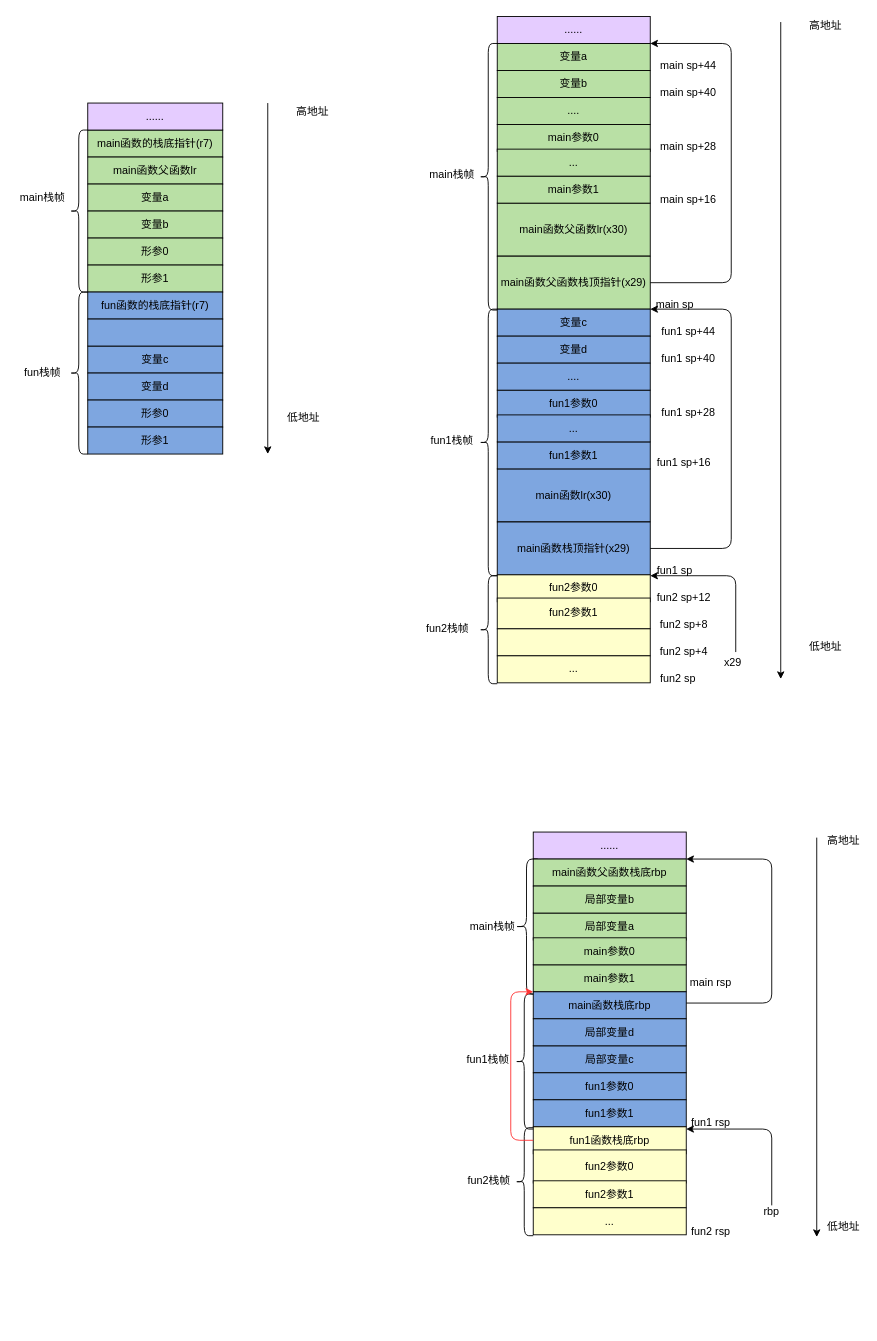
The draw.io diagram function frame.drawio in jasonactions/graph, before the edit. Source tidied: cells renumbered, new cells numbered last; positions are measured from the earlier drawing's top-left corner, leaving out a move shared by most shapes. Both pictures are drawn from the tidied source at 90%, with x=0, y=0 at pixel (15, 16).
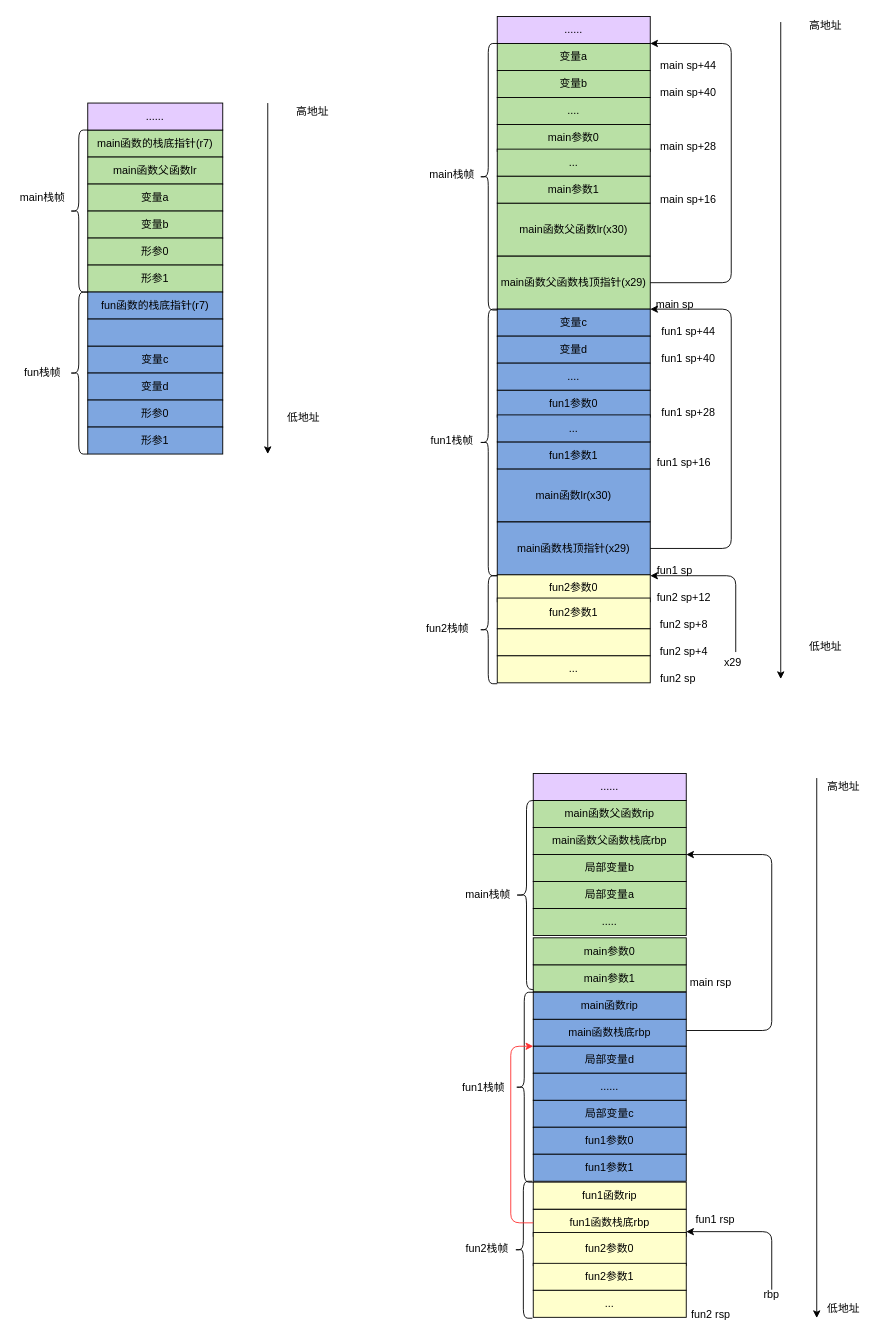
After the change.

Diff of the diagram source:
```diff
@@
     <mxCell id="70" value="......" style="rounded=0;whiteSpace=wrap;html=1;fillColor=#E5CCFF;" parent="1" vertex="1">
-      <mxGeometry x="575" y="906" width="170" height="30" as="geometry" />
+      <mxGeometry x="575" y="841" width="170" height="30" as="geometry" />
     </mxCell>
     <mxCell id="71" value="局部变量a" style="rounded=0;whiteSpace=wrap;html=1;fillColor=#B9E0A5;" parent="1" vertex="1">
-      <mxGeometry x="575" y="996" width="170" height="30" as="geometry" />
+      <mxGeometry x="575" y="961" width="170" height="30" as="geometry" />
     </mxCell>
     <mxCell id="72" style="endArrow=classic;html=1;" parent="1" edge="1">
       <mxGeometry relative="1" as="geometry">
-        <mxPoint x="890" y="912.2" as="sourcePoint" />
-        <mxPoint x="890" y="1356" as="targetPoint" />
+        <mxPoint x="890" y="846" as="sourcePoint" />
+        <mxPoint x="890" y="1446" as="targetPoint" />
       </mxGeometry>
     </mxCell>
     <mxCell id="73" value="高地址" style="text;html=1;strokeColor=none;fillColor=none;align=center;verticalAlign=middle;whiteSpace=wrap;rounded=0;" parent="1" vertex="1">
-      <mxGeometry x="900" y="906" width="40" height="20" as="geometry" />
+      <mxGeometry x="900" y="846" width="40" height="20" as="geometry" />
     </mxCell>
     <mxCell id="74" value="main栈帧" style="text;html=1;strokeColor=none;fillColor=none;align=center;verticalAlign=middle;whiteSpace=wrap;rounded=0;" parent="1" vertex="1">
-      <mxGeometry x="500" y="1001" width="60" height="20" as="geometry" />
+      <mxGeometry x="495" y="966" width="60" height="20" as="geometry" />
     </mxCell>
     <mxCell id="75" style="shape=curlyBracket;whiteSpace=wrap;html=1;rounded=1;fillColor=#7EA6E0;" parent="1" vertex="1">
-      <mxGeometry x="555" y="936" width="25" height="150" as="geometry" />
+      <mxGeometry x="555" y="871" width="25" height="210" as="geometry" />
     </mxCell>
@@
     <mxCell id="79" value="main函数父函数栈底rbp" style="rounded=0;whiteSpace=wrap;html=1;fillColor=#B9E0A5;" parent="1" vertex="1">
-      <mxGeometry x="575" y="936" width="170" height="30" as="geometry" />
+      <mxGeometry x="575" y="901" width="170" height="30" as="geometry" />
     </mxCell>
     <mxCell id="80" value="局部变量b" style="rounded=0;whiteSpace=wrap;html=1;fillColor=#B9E0A5;" parent="1" vertex="1">
-      <mxGeometry x="575" y="966" width="170" height="30" as="geometry" />
+      <mxGeometry x="575" y="931" width="170" height="30" as="geometry" />
     </mxCell>
     <mxCell id="81" value="局部变量c" style="rounded=0;whiteSpace=wrap;html=1;fillColor=#7EA6E0;" parent="1" vertex="1">
-      <mxGeometry x="575" y="1143.5" width="170" height="30" as="geometry" />
+      <mxGeometry x="575" y="1204" width="170" height="30" as="geometry" />
     </mxCell>
     <mxCell id="82" value="main函数栈底rbp" style="rounded=0;whiteSpace=wrap;html=1;fillColor=#7EA6E0;" parent="1" vertex="1">
-      <mxGeometry x="575" y="1083.5" width="170" height="30" as="geometry" />
+      <mxGeometry x="575" y="1114" width="170" height="30" as="geometry" />
     </mxCell>
     <mxCell id="83" value="局部变量d" style="rounded=0;whiteSpace=wrap;html=1;fillColor=#7EA6E0;" parent="1" vertex="1">
-      <mxGeometry x="575" y="1113.5" width="170" height="30" as="geometry" />
+      <mxGeometry x="575" y="1144" width="170" height="30" as="geometry" />
     </mxCell>
     <mxCell id="84" value="fun1参数0" style="rounded=0;whiteSpace=wrap;html=1;fillColor=#7EA6E0;" parent="1" vertex="1">
-      <mxGeometry x="575" y="1173.5" width="170" height="30" as="geometry" />
+      <mxGeometry x="575" y="1234" width="170" height="30" as="geometry" />
     </mxCell>
     <mxCell id="85" value="fun1参数1" style="rounded=0;whiteSpace=wrap;html=1;fillColor=#7EA6E0;" parent="1" vertex="1">
-      <mxGeometry x="575" y="1203.5" width="170" height="30" as="geometry" />
+      <mxGeometry x="575" y="1264" width="170" height="30" as="geometry" />
     </mxCell>
     <mxCell id="86" value="fun1函数栈底rbp" style="rounded=0;whiteSpace=wrap;html=1;fillColor=#FFFFCC;" parent="1" vertex="1">
-      <mxGeometry x="575" y="1233.5" width="170" height="30" as="geometry" />
+      <mxGeometry x="575" y="1325.2" width="170" height="30" as="geometry" />
     </mxCell>
     <mxCell id="87" value="fun2参数0" style="rounded=0;whiteSpace=wrap;html=1;fillColor=#FFFFCC;" parent="1" vertex="1">
-      <mxGeometry x="575" y="1259.2" width="170" height="36.8" as="geometry" />
+      <mxGeometry x="575" y="1351" width="170" height="36.8" as="geometry" />
     </mxCell>
     <mxCell id="88" value="&lt;span&gt;fun2参数1&lt;/span&gt;" style="rounded=0;whiteSpace=wrap;html=1;fillColor=#FFFFCC;" parent="1" vertex="1">
-      <mxGeometry x="575" y="1293.5" width="170" height="30" as="geometry" />
+      <mxGeometry x="575" y="1385.2" width="170" height="30" as="geometry" />
     </mxCell>
     <mxCell id="89" value="..." style="rounded=0;whiteSpace=wrap;html=1;fillColor=#FFFFCC;" parent="1" vertex="1">
-      <mxGeometry x="575" y="1323.5" width="170" height="30" as="geometry" />
+      <mxGeometry x="575" y="1415.2" width="170" height="30" as="geometry" />
     </mxCell>
     <mxCell id="90" style="shape=curlyBracket;whiteSpace=wrap;html=1;rounded=1;fillColor=#FFFFCC;" parent="1" vertex="1">
-      <mxGeometry x="555" y="1234.5" width="20" height="120" as="geometry" />
+      <mxGeometry x="554" y="1294" width="20" height="152.2" as="geometry" />
     </mxCell>
     <mxCell id="91" value="fun2栈帧" style="text;html=1;strokeColor=none;fillColor=none;align=center;verticalAlign=middle;whiteSpace=wrap;rounded=0;" parent="1" vertex="1">
-      <mxGeometry x="496" y="1283.5" width="60" height="20" as="geometry" />
+      <mxGeometry x="494" y="1359.4" width="60" height="20" as="geometry" />
     </mxCell>
-    <mxCell id="92" style="edgeStyle=elbowEdgeStyle;elbow=horizontal;endArrow=classic;html=1;entryX=0;entryY=0.75;entryDx=0;entryDy=0;" parent="1" edge="1">
+    <mxCell id="92" style="edgeStyle=elbowEdgeStyle;elbow=horizontal;endArrow=classic;html=1;" parent="1" edge="1">
       <mxGeometry relative="1" as="geometry">
-        <mxPoint x="840" y="1320.8" as="sourcePoint" />
-        <mxPoint x="745" y="1236" as="targetPoint" />
+        <mxPoint x="840" y="1414.5" as="sourcePoint" />
+        <mxPoint x="745" y="1350" as="targetPoint" />
         <Array as="points">
-          <mxPoint x="840" y="1270.8" />
+          <mxPoint x="840" y="1364.5" />
         </Array>
       </mxGeometry>
     </mxCell>
     <mxCell id="93" value="rbp" style="text;html=1;strokeColor=none;fillColor=none;align=center;verticalAlign=middle;whiteSpace=wrap;rounded=0;" parent="1" vertex="1">
-      <mxGeometry x="810" y="1318.2" width="60" height="20" as="geometry" />
+      <mxGeometry x="810" y="1410" width="60" height="20" as="geometry" />
     </mxCell>
     <mxCell id="94" style="shape=curlyBracket;whiteSpace=wrap;html=1;rounded=1;fillColor=#FFFFCC;" parent="1" vertex="1">
-      <mxGeometry x="555" y="1086" width="20" height="150" as="geometry" />
+      <mxGeometry x="555" y="1084" width="20" height="211" as="geometry" />
     </mxCell>
     <mxCell id="95" value="fun1栈帧" style="text;html=1;strokeColor=none;fillColor=none;align=center;verticalAlign=middle;whiteSpace=wrap;rounded=0;" parent="1" vertex="1">
-      <mxGeometry x="495" y="1148.5" width="60" height="20" as="geometry" />
+      <mxGeometry x="490" y="1179.5" width="60" height="20" as="geometry" />
     </mxCell>
     <mxCell id="96" value="低地址" style="text;html=1;strokeColor=none;fillColor=none;align=center;verticalAlign=middle;whiteSpace=wrap;rounded=0;" parent="1" vertex="1">
-      <mxGeometry x="900" y="1334.5" width="40" height="20" as="geometry" />
+      <mxGeometry x="900" y="1426.2" width="40" height="20" as="geometry" />
     </mxCell>
-    <mxCell id="97" style="edgeStyle=elbowEdgeStyle;elbow=horizontal;endArrow=classic;html=1;exitX=0;exitY=0.5;exitDx=0;exitDy=0;entryX=0;entryY=0;entryDx=0;entryDy=0;strokeColor=#FF3333;" parent="1" edge="1" source="86" target="82">
+    <mxCell id="97" style="edgeStyle=elbowEdgeStyle;elbow=horizontal;endArrow=classic;html=1;exitX=0;exitY=0.5;exitDx=0;exitDy=0;entryX=0;entryY=0;entryDx=0;entryDy=0;strokeColor=#FF3333;" parent="1" edge="1" source="86" target="83">
       <mxGeometry relative="1" as="geometry">
         <Array as="points">
-          <mxPoint x="550" y="1176" />
+          <mxPoint x="550" y="1206.5" />
         </Array>
       </mxGeometry>
     </mxCell>
-    <mxCell id="98" style="edgeStyle=elbowEdgeStyle;elbow=horizontal;endArrow=classic;html=1;exitX=1;exitY=0.417;exitDx=0;exitDy=0;entryX=1;entryY=0;entryDx=0;entryDy=0;exitPerimeter=0;" parent="1" edge="1" source="82" target="79">
+    <mxCell id="98" style="edgeStyle=elbowEdgeStyle;elbow=horizontal;endArrow=classic;html=1;exitX=1;exitY=0.417;exitDx=0;exitDy=0;entryX=1;entryY=1;entryDx=0;entryDy=0;exitPerimeter=0;" parent="1" edge="1" source="82" target="79">
       <mxGeometry relative="1" as="geometry">
         <Array as="points">
           <mxPoint x="840" y="1049.8" />
         </Array>
       </mxGeometry>
     </mxCell>
     <mxCell id="99" value="fun1 rsp" style="text;html=1;strokeColor=none;fillColor=none;align=center;verticalAlign=middle;whiteSpace=wrap;rounded=0;" parent="1" vertex="1">
-      <mxGeometry x="745" y="1217.2" width="55" height="23.8" as="geometry" />
+      <mxGeometry x="750" y="1325" width="55" height="23.8" as="geometry" />
     </mxCell>
     <mxCell id="100" value="fun2 rsp" style="text;html=1;strokeColor=none;fillColor=none;align=center;verticalAlign=middle;whiteSpace=wrap;rounded=0;" parent="1" vertex="1">
-      <mxGeometry x="740" y="1338.2" width="65" height="23.8" as="geometry" />
+      <mxGeometry x="740" y="1430" width="65" height="23.8" as="geometry" />
     </mxCell>
+    <mxCell id="101" value="main函数父函数rip" style="rounded=0;whiteSpace=wrap;html=1;fillColor=#B9E0A5;" parent="1" vertex="1">
+      <mxGeometry x="575" y="871" width="170" height="30" as="geometry" />
+    </mxCell>
+    <mxCell id="102" value="....." style="rounded=0;whiteSpace=wrap;html=1;fillColor=#B9E0A5;" parent="1" vertex="1">
+      <mxGeometry x="575" y="991" width="170" height="30" as="geometry" />
+    </mxCell>
+    <mxCell id="103" value="main函数rip" style="rounded=0;whiteSpace=wrap;html=1;fillColor=#7EA6E0;" parent="1" vertex="1">
+      <mxGeometry x="575" y="1084" width="170" height="30" as="geometry" />
+    </mxCell>
+    <mxCell id="104" value="......" style="rounded=0;whiteSpace=wrap;html=1;fillColor=#7EA6E0;" parent="1" vertex="1">
+      <mxGeometry x="575" y="1174" width="170" height="30" as="geometry" />
+    </mxCell>
+    <mxCell id="105" value="fun1函数rip" style="rounded=0;whiteSpace=wrap;html=1;fillColor=#FFFFCC;" parent="1" vertex="1">
+      <mxGeometry x="575" y="1295" width="170" height="30" as="geometry" />
+    </mxCell>
```
